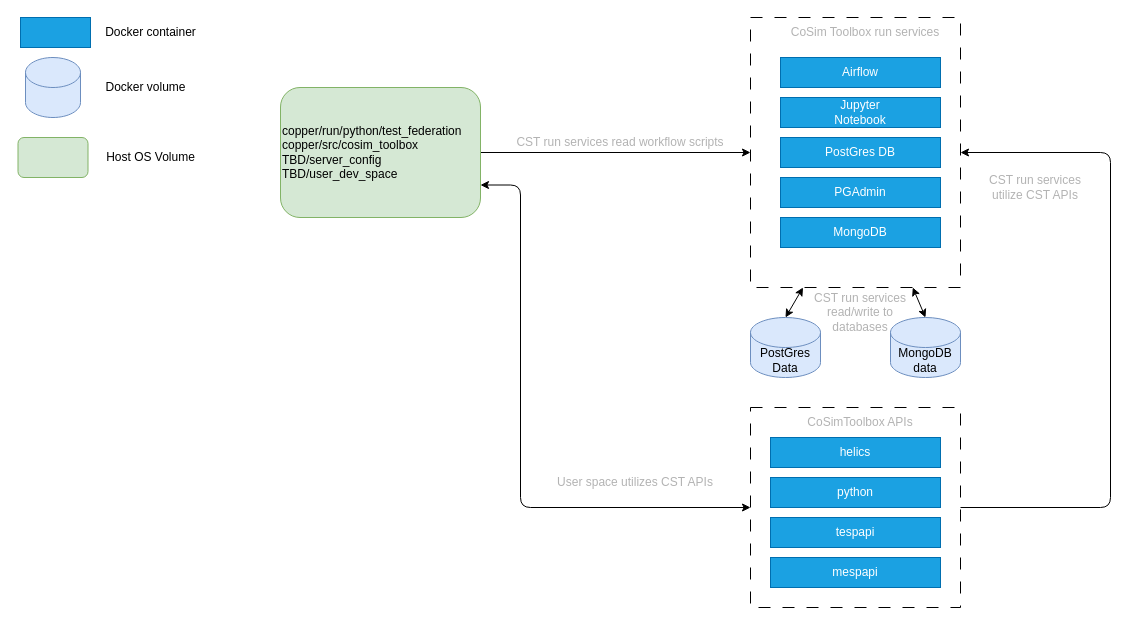
Before: docs/design/conatiner_diagram.drawio in pnnl/cst, a draw.io diagram. Source tidied: cells renumbered, new cells numbered last; positions are measured from the earlier drawing's top-left corner, leaving out a move shared by most shapes. Both pictures are drawn from the tidied source at 100%, with x=0, y=0 at pixel (18, 17).
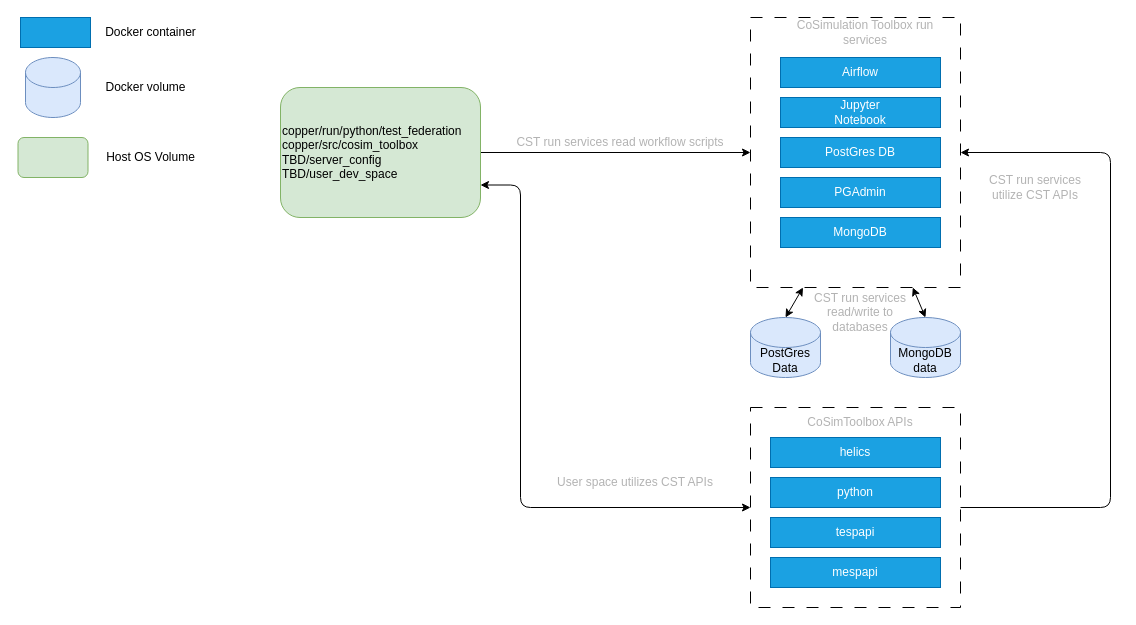
The same diagram, later.

The edit, as a diff of the source:
```diff
@@
-    <mxCell id="19" value="&lt;font color=&quot;#b3b3b3&quot;&gt;CoSim Toolbox run services&lt;/font&gt;" style="text;strokeColor=none;align=center;fillColor=none;html=1;verticalAlign=middle;whiteSpace=wrap;rounded=0;fontColor=#4D4D4D;" parent="1" vertex="1">
+    <mxCell id="19" value="&lt;font color=&quot;#b3b3b3&quot;&gt;CoSimulation Toolbox run services&lt;/font&gt;" style="text;strokeColor=none;align=center;fillColor=none;html=1;verticalAlign=middle;whiteSpace=wrap;rounded=0;fontColor=#4D4D4D;" parent="1" vertex="1">
       <mxGeometry x="762" width="170" height="30" as="geometry" />
     </mxCell>
```
